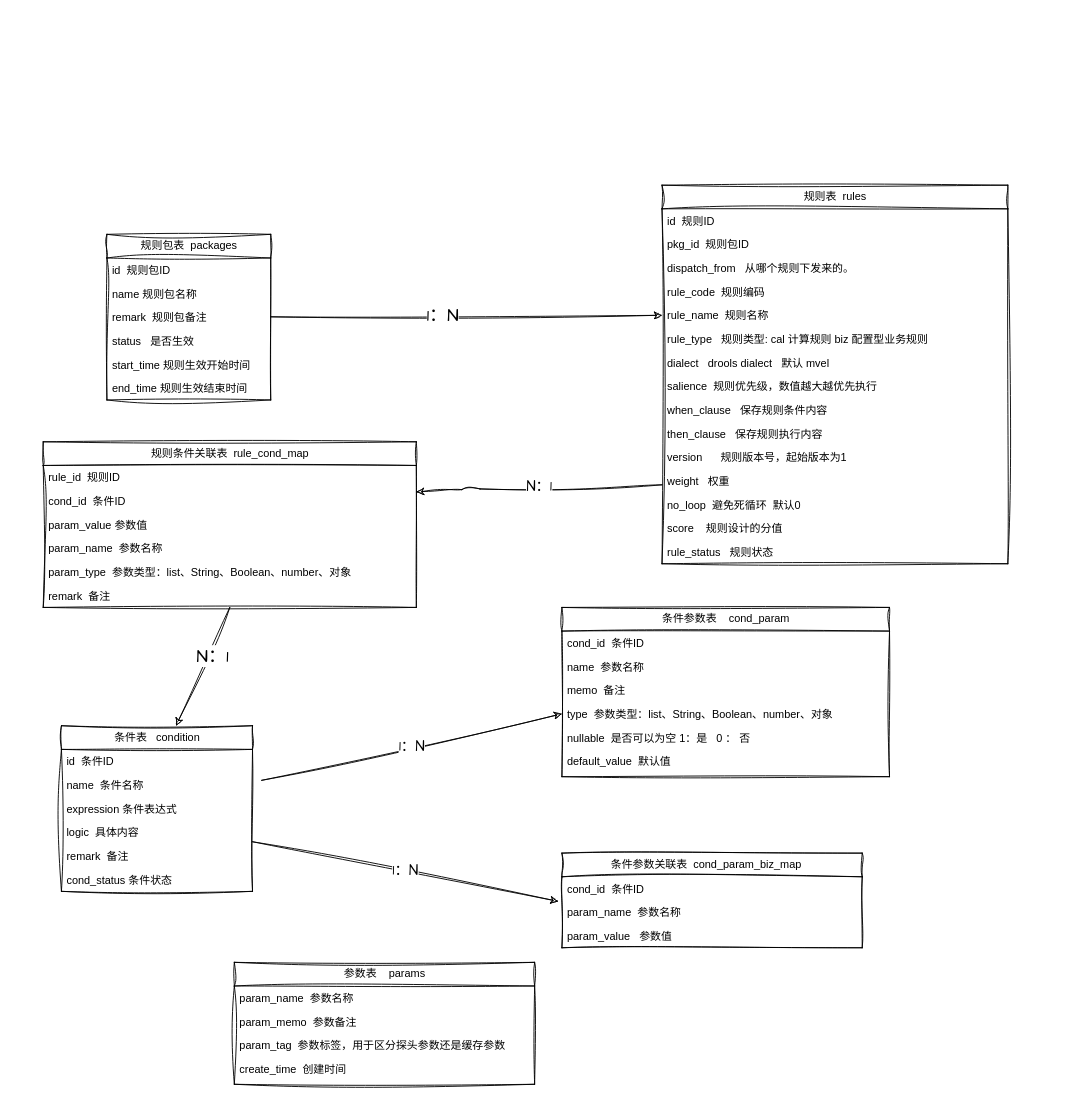
This is drawio/rule_engine/model_engine .drawio from wllpeter/picture, a draw.io file, before an edit. Source tidied: cells renumbered, new cells numbered last; positions are measured from the earlier drawing's top-left corner, leaving out a move shared by most shapes. Both pictures are drawn from the tidied source at 91%, with x=0, y=0 at pixel (43, 185).
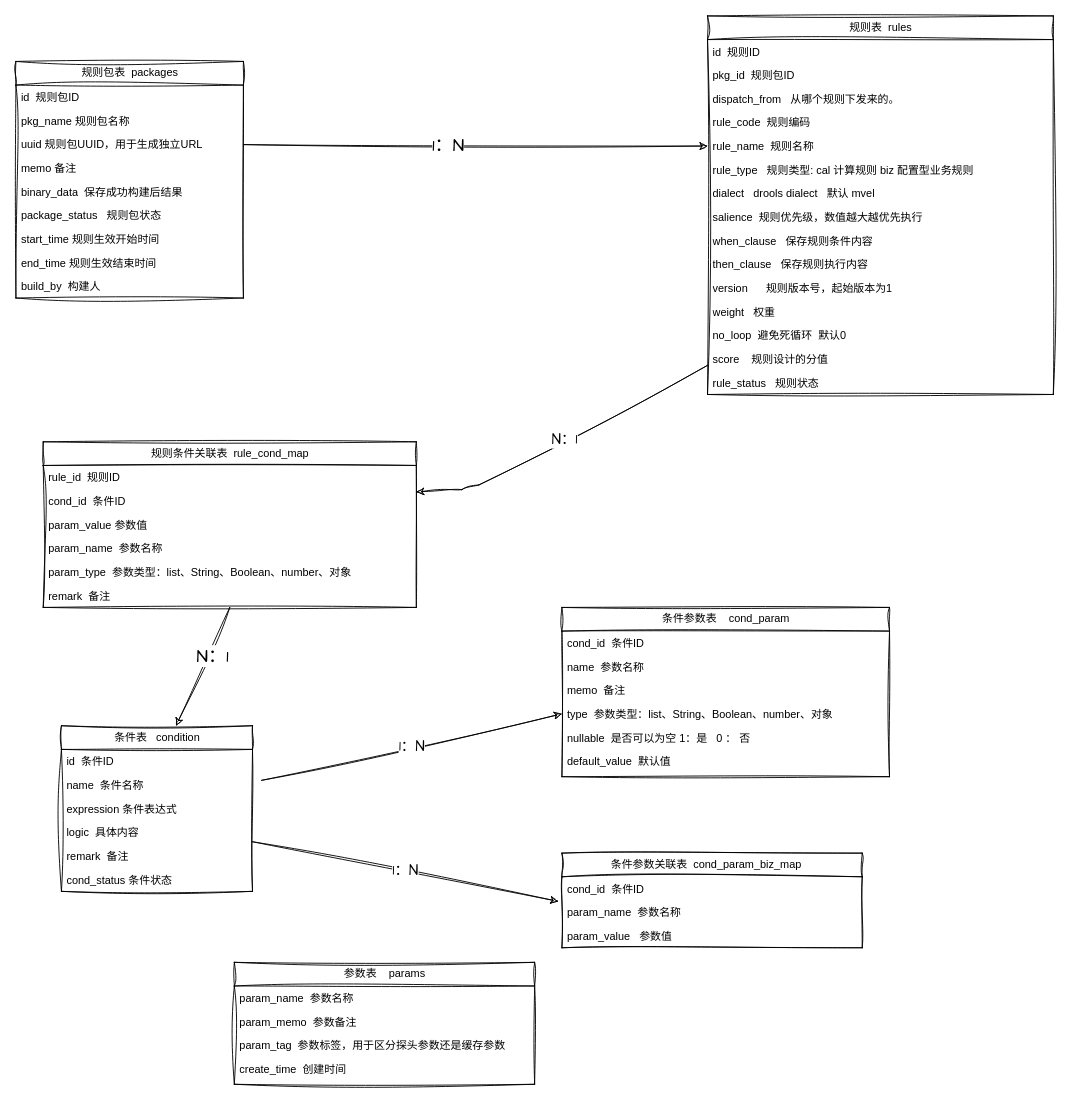
Above is the later version.

Commit message (it also covers changes not shown here):
更新表结构

The change refers to these unchanged cells:
```xml
<mxCell id="21" value="weight&amp;nbsp; &amp;nbsp;权重" style="text;strokeColor=none;fillColor=none;align=left;verticalAlign=top;spacingLeft=4;spacingRight=4;overflow=hidden;points=[[0,0.5],[1,0.5]];portConstraint=eastwest;whiteSpace=wrap;html=1;sketch=1;curveFitting=1;jiggle=2;" parent="9" vertex="1">
  <mxGeometry y="312" width="380" height="26" as="geometry" />
</mxCell>
<mxCell id="23" value="score&amp;nbsp; &amp;nbsp;&amp;nbsp;规则设计的分值" style="text;strokeColor=none;fillColor=none;align=left;verticalAlign=top;spacingLeft=4;spacingRight=4;overflow=hidden;points=[[0,0.5],[1,0.5]];portConstraint=eastwest;whiteSpace=wrap;html=1;sketch=1;curveFitting=1;jiggle=2;" parent="9" vertex="1">
  <mxGeometry y="364" width="380" height="26" as="geometry" />
</mxCell>
<mxCell id="43" value="cond_id&amp;nbsp; 条件ID" style="text;strokeColor=none;fillColor=none;align=left;verticalAlign=top;spacingLeft=4;spacingRight=4;overflow=hidden;points=[[0,0.5],[1,0.5]];portConstraint=eastwest;whiteSpace=wrap;html=1;sketch=1;curveFitting=1;jiggle=2;" parent="41" vertex="1">
  <mxGeometry y="52" width="410" height="26" as="geometry" />
</mxCell>
```

Change to the diagram source:
```diff
@@
     <mxCell id="2" value="规则包表&amp;nbsp; packages" style="swimlane;fontStyle=0;horizontal=1;startSize=26;fillColor=none;html=1;sketch=1;curveFitting=1;jiggle=2;" parent="1" vertex="1">
-      <mxGeometry x="70" y="54" width="180" height="182" as="geometry" />
+      <mxGeometry x="-30" y="-136" width="250" height="260" as="geometry" />
     </mxCell>
     <mxCell id="3" value="id&amp;nbsp; 规则包ID" style="text;strokeColor=none;fillColor=none;align=left;verticalAlign=top;spacingLeft=4;spacingRight=4;overflow=hidden;whiteSpace=wrap;html=1;sketch=1;curveFitting=1;jiggle=2;" parent="2" vertex="1">
-      <mxGeometry y="26" width="180" height="26" as="geometry" />
+      <mxGeometry y="26" width="250" height="26" as="geometry" />
     </mxCell>
-    <mxCell id="4" value="name 规则包名称" style="text;strokeColor=none;fillColor=none;align=left;verticalAlign=top;spacingLeft=4;spacingRight=4;overflow=hidden;whiteSpace=wrap;html=1;sketch=1;curveFitting=1;jiggle=2;" parent="2" vertex="1">
-      <mxGeometry y="52" width="180" height="26" as="geometry" />
+    <mxCell id="4" value="pkg_name 规则包名称" style="text;strokeColor=none;fillColor=none;align=left;verticalAlign=top;spacingLeft=4;spacingRight=4;overflow=hidden;whiteSpace=wrap;html=1;sketch=1;curveFitting=1;jiggle=2;" parent="2" vertex="1">
+      <mxGeometry y="52" width="250" height="26" as="geometry" />
     </mxCell>
-    <mxCell id="5" value="remark&amp;nbsp; 规则包备注&lt;br&gt;" style="text;strokeColor=none;fillColor=none;align=left;verticalAlign=top;spacingLeft=4;spacingRight=4;overflow=hidden;points=[[0,0.5],[1,0.5]];portConstraint=eastwest;whiteSpace=wrap;html=1;sketch=1;curveFitting=1;jiggle=2;" parent="2" vertex="1">
-      <mxGeometry y="78" width="180" height="26" as="geometry" />
+    <mxCell id="5" value="uuid&amp;nbsp;规则包UUID，用于生成独立URL" style="text;strokeColor=none;fillColor=none;align=left;verticalAlign=top;spacingLeft=4;spacingRight=4;overflow=hidden;points=[[0,0.5],[1,0.5]];portConstraint=eastwest;whiteSpace=wrap;html=1;sketch=1;curveFitting=1;jiggle=2;" parent="2" vertex="1">
+      <mxGeometry y="78" width="250" height="26" as="geometry" />
     </mxCell>
+    <mxCell id="62" value="memo 备注" style="text;strokeColor=none;fillColor=none;align=left;verticalAlign=top;spacingLeft=4;spacingRight=4;overflow=hidden;whiteSpace=wrap;html=1;sketch=1;curveFitting=1;jiggle=2;" parent="2" vertex="1">
+      <mxGeometry y="104" width="250" height="26" as="geometry" />
+    </mxCell>
+    <mxCell id="63" value="binary_data&amp;nbsp;&amp;nbsp;保存成功构建后结果" style="text;strokeColor=none;fillColor=none;align=left;verticalAlign=top;spacingLeft=4;spacingRight=4;overflow=hidden;whiteSpace=wrap;html=1;sketch=1;curveFitting=1;jiggle=2;" parent="2" vertex="1">
+      <mxGeometry y="130" width="250" height="26" as="geometry" />
+    </mxCell>
-    <mxCell id="6" value="status&amp;nbsp; &amp;nbsp;是否生效" style="text;strokeColor=none;fillColor=none;align=left;verticalAlign=top;spacingLeft=4;spacingRight=4;overflow=hidden;whiteSpace=wrap;html=1;sketch=1;curveFitting=1;jiggle=2;" parent="2" vertex="1">
-      <mxGeometry y="104" width="180" height="26" as="geometry" />
+    <mxCell id="6" value="package_status&amp;nbsp; &amp;nbsp;规则包状态" style="text;strokeColor=none;fillColor=none;align=left;verticalAlign=top;spacingLeft=4;spacingRight=4;overflow=hidden;whiteSpace=wrap;html=1;sketch=1;curveFitting=1;jiggle=2;" parent="2" vertex="1">
+      <mxGeometry y="156" width="250" height="26" as="geometry" />
     </mxCell>
     <mxCell id="7" value="start_time 规则生效开始时间" style="text;strokeColor=none;fillColor=none;align=left;verticalAlign=top;spacingLeft=4;spacingRight=4;overflow=hidden;whiteSpace=wrap;html=1;sketch=1;curveFitting=1;jiggle=2;" parent="2" vertex="1">
-      <mxGeometry y="130" width="180" height="26" as="geometry" />
+      <mxGeometry y="182" width="250" height="26" as="geometry" />
     </mxCell>
     <mxCell id="8" value="end_time 规则生效结束时间" style="text;strokeColor=none;fillColor=none;align=left;verticalAlign=top;spacingLeft=4;spacingRight=4;overflow=hidden;whiteSpace=wrap;html=1;sketch=1;curveFitting=1;jiggle=2;" parent="2" vertex="1">
-      <mxGeometry y="156" width="180" height="26" as="geometry" />
+      <mxGeometry y="208" width="250" height="26" as="geometry" />
     </mxCell>
+    <mxCell id="64" value="build_by&amp;nbsp; 构建人" style="text;strokeColor=none;fillColor=none;align=left;verticalAlign=top;spacingLeft=4;spacingRight=4;overflow=hidden;whiteSpace=wrap;html=1;sketch=1;curveFitting=1;jiggle=2;" parent="2" vertex="1">
+      <mxGeometry y="234" width="250" height="26" as="geometry" />
+    </mxCell>
     <mxCell id="9" value="规则表&amp;nbsp; rules" style="swimlane;fontStyle=0;horizontal=1;startSize=26;fillColor=none;html=1;sketch=1;curveFitting=1;jiggle=2;" parent="1" vertex="1">
-      <mxGeometry x="680" width="380" height="416" as="geometry" />
+      <mxGeometry x="730" y="-186" width="380" height="416" as="geometry" />
     </mxCell>
@@
-    <mxCell id="48" value="N：1" style="edgeStyle=none;sketch=1;hachureGap=4;jiggle=2;curveFitting=1;html=1;fontFamily=Architects Daughter;fontSize=16;entryX=1;entryY=0.115;entryDx=0;entryDy=0;entryPerimeter=0;" parent="1" edge="1" source="21" target="43">
+    <mxCell id="48" value="N：1" style="edgeStyle=none;sketch=1;hachureGap=4;jiggle=2;curveFitting=1;html=1;fontFamily=Architects Daughter;fontSize=16;entryX=1;entryY=0.115;entryDx=0;entryDy=0;entryPerimeter=0;exitX=0;exitY=0.769;exitDx=0;exitDy=0;exitPerimeter=0;" parent="1" edge="1" source="23" target="43">
       <mxGeometry relative="1" as="geometry">
         <Array as="points">
           <mxPoint x="470" y="334" />
         </Array>
       </mxGeometry>
     </mxCell>
```
